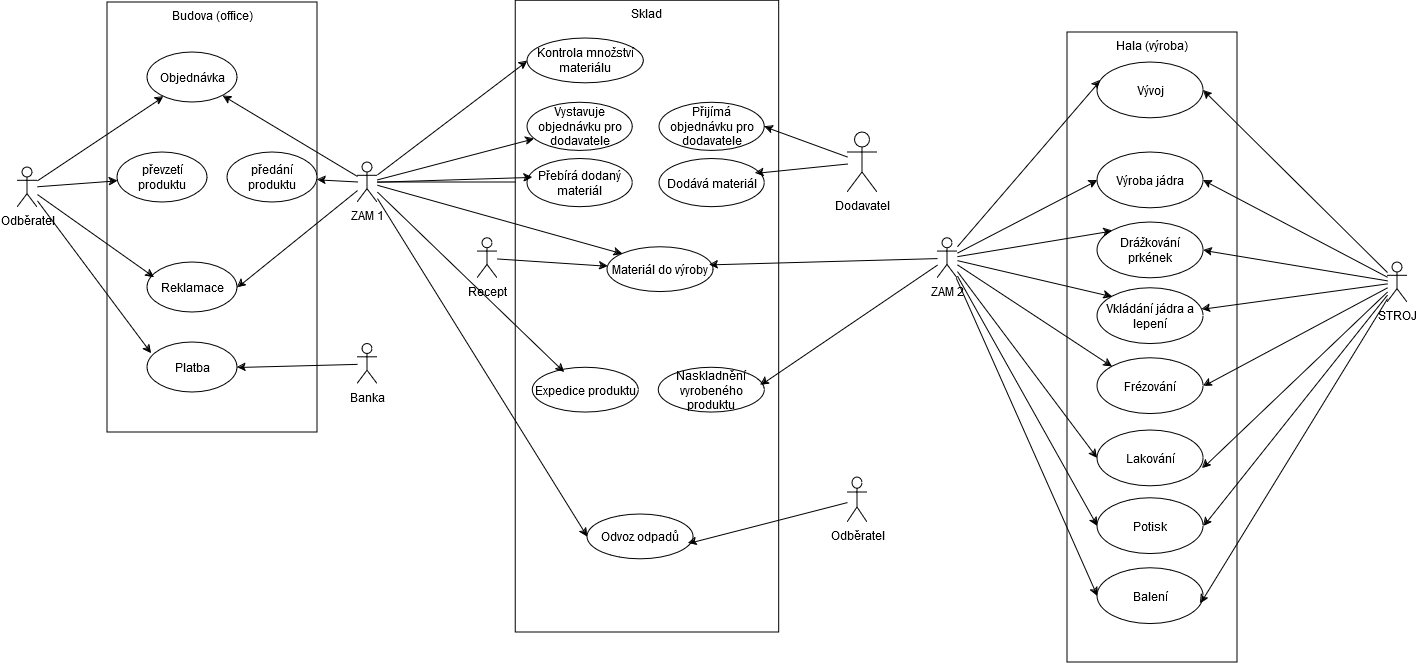
KarelMasa/pg keeps this draw.io diagram as SW_ING/Tužka_usecase.png. Above is the earlier version. Source tidied: cells renumbered, new cells last; positions are measured from the earlier drawing's top-left corner, leaving out a move shared by most shapes. The source it was exported from:
```xml
<mxGraphModel>
  <root>
    <mxCell id="0" />
    <mxCell id="1" parent="0" />
    <mxCell id="2" style="group;" parent="1" vertex="1">
      <mxGeometry x="90" y="2" width="210" height="430" as="geometry" />
    </mxCell>
    <mxCell id="3" value="Budova (office)" style="html=1;whiteSpace=wrap;verticalAlign=top;" parent="2" vertex="1">
      <mxGeometry width="210" height="430" as="geometry" />
    </mxCell>
    <mxCell id="4" value="převzetí produktu" style="ellipse;whiteSpace=wrap;html=1;" parent="2" vertex="1">
      <mxGeometry x="10" y="150" width="90" height="50" as="geometry" />
    </mxCell>
    <mxCell id="5" value="&lt;div&gt;Objednávka&lt;/div&gt;" style="ellipse;whiteSpace=wrap;html=1;" parent="2" vertex="1">
      <mxGeometry x="40" y="50" width="90" height="50" as="geometry" />
    </mxCell>
    <mxCell id="6" value="Reklamace" style="ellipse;whiteSpace=wrap;html=1;" parent="2" vertex="1">
      <mxGeometry x="40" y="260" width="90" height="50" as="geometry" />
    </mxCell>
    <mxCell id="7" value="&lt;div&gt;Platba&lt;/div&gt;" style="ellipse;whiteSpace=wrap;html=1;" parent="2" vertex="1">
      <mxGeometry x="40" y="340" width="90" height="50" as="geometry" />
    </mxCell>
    <mxCell id="8" value="předání produktu" style="ellipse;whiteSpace=wrap;html=1;" parent="2" vertex="1">
      <mxGeometry x="120" y="150" width="90" height="50" as="geometry" />
    </mxCell>
    <mxCell id="9" style="rounded=0;jettySize=auto;html=1;" parent="1" edge="1" source="17" target="5">
      <mxGeometry relative="1" as="geometry" />
    </mxCell>
    <mxCell id="10" style="rounded=0;jettySize=auto;html=1;" parent="1" edge="1" source="17" target="4">
      <mxGeometry relative="1" as="geometry" />
    </mxCell>
    <mxCell id="11" value="Recept" style="shape=umlActor;verticalLabelPosition=bottom;verticalAlign=top;html=1;" parent="1" vertex="1">
      <mxGeometry x="460" y="237.8" width="20" height="40" as="geometry" />
    </mxCell>
    <mxCell id="12" style="rounded=0;jettySize=auto;html=1;" parent="1" edge="1" source="20" target="5">
      <mxGeometry relative="1" as="geometry" />
    </mxCell>
    <mxCell id="13" style="rounded=0;jettySize=auto;html=1;entryX=1;entryY=0.5;entryDx=0;entryDy=0;" parent="1" edge="1" source="20" target="6">
      <mxGeometry relative="1" as="geometry" />
    </mxCell>
    <mxCell id="14" style="rounded=0;jettySize=auto;html=1;entryX=0.078;entryY=0.3;entryDx=0;entryDy=0;entryPerimeter=0;" parent="1" edge="1" source="17" target="6">
      <mxGeometry relative="1" as="geometry" />
    </mxCell>
    <mxCell id="15" style="rounded=0;jettySize=auto;html=1;entryX=0.044;entryY=0.22;entryDx=0;entryDy=0;entryPerimeter=0;" parent="1" edge="1" source="17" target="7">
      <mxGeometry relative="1" as="geometry" />
    </mxCell>
    <mxCell id="16" value="Hala (výroba)" style="html=1;whiteSpace=wrap;verticalAlign=top;" parent="1" vertex="1">
      <mxGeometry x="1050" y="32" width="170" height="630" as="geometry" />
    </mxCell>
    <mxCell id="17" value="&lt;div&gt;Odběratel&lt;/div&gt;&lt;div&gt;&lt;br&gt;&lt;/div&gt;" style="shape=umlActor;verticalLabelPosition=bottom;verticalAlign=top;html=1;" parent="1" vertex="1">
      <mxGeometry y="167" width="20" height="40" as="geometry" />
    </mxCell>
    <mxCell id="18" style="rounded=0;jettySize=auto;html=1;" parent="1" edge="1" source="20" target="8">
      <mxGeometry relative="1" as="geometry" />
    </mxCell>
    <mxCell id="19" style="edgeStyle=orthogonalEdgeStyle;rounded=0;jettySize=auto;html=1;entryX=0;entryY=0;entryDx=0;entryDy=0;" parent="1" edge="1" source="20" target="31">
      <mxGeometry relative="1" as="geometry" />
    </mxCell>
    <mxCell id="20" value="ZAM 1" style="shape=umlActor;verticalLabelPosition=bottom;verticalAlign=top;html=1;" parent="1" vertex="1">
      <mxGeometry x="340" y="162" width="20" height="40" as="geometry" />
    </mxCell>
    <mxCell id="21" style="group;" parent="1" vertex="1">
      <mxGeometry x="500" y="22" width="261.7" height="610" as="geometry" />
    </mxCell>
    <mxCell id="22" value="Sklad" style="html=1;whiteSpace=wrap;verticalAlign=top;" parent="21" vertex="1">
      <mxGeometry x="-1.7" y="-21.7" width="263.4" height="631.7" as="geometry" />
    </mxCell>
    <mxCell id="23" value="&lt;div&gt;Materiál do výroby&lt;/div&gt;" style="ellipse;whiteSpace=wrap;html=1;" parent="21" vertex="1">
      <mxGeometry x="90" y="224.7" width="106" height="44.8" as="geometry" />
    </mxCell>
    <mxCell id="24" value="Kontrola množství materiálu" style="ellipse;whiteSpace=wrap;html=1;" parent="21" vertex="1">
      <mxGeometry x="10" y="16.1" width="116.3" height="44.8" as="geometry" />
    </mxCell>
    <mxCell id="25" value="Vystavuje objednávku pro dodavatele" style="ellipse;whiteSpace=wrap;html=1;" parent="21" vertex="1">
      <mxGeometry x="10" y="80.3" width="105.3" height="48.2" as="geometry" />
    </mxCell>
    <mxCell id="26" value="Přijímá objednávku pro dodavatele" style="ellipse;whiteSpace=wrap;html=1;" parent="21" vertex="1">
      <mxGeometry x="142" y="80.3" width="105.3" height="48.2" as="geometry" />
    </mxCell>
    <mxCell id="27" value="Dodává materiál" style="ellipse;whiteSpace=wrap;html=1;" parent="21" vertex="1">
      <mxGeometry x="142" y="136.4" width="105.3" height="48.2" as="geometry" />
    </mxCell>
    <mxCell id="28" value="Přebírá dodaný materiál" style="ellipse;whiteSpace=wrap;html=1;" parent="21" vertex="1">
      <mxGeometry x="10" y="136.4" width="105.3" height="48.2" as="geometry" />
    </mxCell>
    <mxCell id="29" value="Naskladnění vyrobeného produktu" style="ellipse;whiteSpace=wrap;html=1;" parent="21" vertex="1">
      <mxGeometry x="141.2" y="345.1" width="106" height="44.8" as="geometry" />
    </mxCell>
    <mxCell id="30" value="Odvoz odpadů" style="ellipse;whiteSpace=wrap;html=1;" parent="21" vertex="1">
      <mxGeometry x="70" y="492" width="106" height="44.8" as="geometry" />
    </mxCell>
    <mxCell id="31" value="Expedice produktu" style="ellipse;whiteSpace=wrap;html=1;" parent="21" vertex="1">
      <mxGeometry x="15.1" y="345.1" width="106" height="44.8" as="geometry" />
    </mxCell>
    <mxCell id="32" style="rounded=0;jettySize=auto;html=1;entryX=0;entryY=0.5;entryDx=0;entryDy=0;" parent="1" edge="1" source="39" target="48">
      <mxGeometry relative="1" as="geometry" />
    </mxCell>
    <mxCell id="33" style="rounded=0;jettySize=auto;html=1;entryX=0;entryY=0;entryDx=0;entryDy=0;" parent="1" edge="1" source="39" target="50">
      <mxGeometry relative="1" as="geometry" />
    </mxCell>
    <mxCell id="34" style="rounded=0;jettySize=auto;html=1;entryX=0;entryY=0;entryDx=0;entryDy=0;" parent="1" edge="1" source="39" target="51">
      <mxGeometry relative="1" as="geometry" />
    </mxCell>
    <mxCell id="35" style="rounded=0;jettySize=auto;html=1;entryX=0;entryY=0;entryDx=0;entryDy=0;" parent="1" edge="1" source="39" target="52">
      <mxGeometry relative="1" as="geometry" />
    </mxCell>
    <mxCell id="36" style="rounded=0;jettySize=auto;html=1;entryX=0;entryY=0.5;entryDx=0;entryDy=0;" parent="1" edge="1" source="39" target="55">
      <mxGeometry relative="1" as="geometry" />
    </mxCell>
    <mxCell id="37" style="rounded=0;jettySize=auto;html=1;entryX=0;entryY=0.5;entryDx=0;entryDy=0;" parent="1" edge="1" source="39" target="54">
      <mxGeometry relative="1" as="geometry" />
    </mxCell>
    <mxCell id="38" style="rounded=0;jettySize=auto;html=1;entryX=0;entryY=0.5;entryDx=0;entryDy=0;" parent="1" edge="1" source="39" target="53">
      <mxGeometry relative="1" as="geometry" />
    </mxCell>
    <mxCell id="39" value="ZAM 2" style="shape=umlActor;verticalLabelPosition=bottom;verticalAlign=top;html=1;" parent="1" vertex="1">
      <mxGeometry x="920" y="237.8" width="20" height="40" as="geometry" />
    </mxCell>
    <mxCell id="40" style="rounded=0;jettySize=auto;html=1;entryX=0;entryY=0.5;entryDx=0;entryDy=0;" parent="1" edge="1" source="20" target="24">
      <mxGeometry relative="1" as="geometry" />
    </mxCell>
    <mxCell id="41" style="rounded=0;jettySize=auto;html=1;entryX=1;entryY=0.5;entryDx=0;entryDy=0;" parent="1" edge="1" source="42" target="26">
      <mxGeometry relative="1" as="geometry" />
    </mxCell>
    <mxCell id="42" value="Dodavatel" style="shape=umlActor;verticalLabelPosition=bottom;verticalAlign=top;html=1;" parent="1" vertex="1">
      <mxGeometry x="830" y="132" width="30" height="60" as="geometry" />
    </mxCell>
    <mxCell id="43" style="rounded=0;jettySize=auto;html=1;" parent="1" edge="1" source="20" target="25">
      <mxGeometry relative="1" as="geometry" />
    </mxCell>
    <mxCell id="44" style="rounded=0;jettySize=auto;html=1;entryX=0.048;entryY=0.383;entryDx=0;entryDy=0;entryPerimeter=0;" parent="1" edge="1" source="20" target="28">
      <mxGeometry relative="1" as="geometry" />
    </mxCell>
    <mxCell id="45" style="rounded=0;jettySize=auto;html=1;entryX=0.912;entryY=0.3;entryDx=0;entryDy=0;entryPerimeter=0;" parent="1" edge="1" source="42" target="27">
      <mxGeometry relative="1" as="geometry" />
    </mxCell>
    <mxCell id="46" style="rounded=0;jettySize=auto;html=1;" parent="1" edge="1" source="11" target="23">
      <mxGeometry relative="1" as="geometry" />
    </mxCell>
    <mxCell id="47" style="rounded=0;jettySize=auto;html=1;entryX=0;entryY=0;entryDx=0;entryDy=0;" parent="1" edge="1" source="20" target="23">
      <mxGeometry relative="1" as="geometry" />
    </mxCell>
    <mxCell id="48" value="Výroba jádra" style="ellipse;whiteSpace=wrap;html=1;" parent="1" vertex="1">
      <mxGeometry x="1080" y="152" width="106" height="55.8" as="geometry" />
    </mxCell>
    <mxCell id="49" style="rounded=0;jettySize=auto;html=1;entryX=0.028;entryY=0.323;entryDx=0;entryDy=0;entryPerimeter=0;" parent="1" edge="1" source="39" target="56">
      <mxGeometry relative="1" as="geometry" />
    </mxCell>
    <mxCell id="50" value="Drážkování prkének" style="ellipse;whiteSpace=wrap;html=1;" parent="1" vertex="1">
      <mxGeometry x="1080" y="222" width="106" height="55.8" as="geometry" />
    </mxCell>
    <mxCell id="51" value="Vkládání jádra a lepení" style="ellipse;whiteSpace=wrap;html=1;" parent="1" vertex="1">
      <mxGeometry x="1080" y="287.8" width="106" height="55.8" as="geometry" />
    </mxCell>
    <mxCell id="52" value="Frézování" style="ellipse;whiteSpace=wrap;html=1;" parent="1" vertex="1">
      <mxGeometry x="1080" y="357.8" width="106" height="55.8" as="geometry" />
    </mxCell>
    <mxCell id="53" value="Balení" style="ellipse;whiteSpace=wrap;html=1;" parent="1" vertex="1">
      <mxGeometry x="1080" y="567.8" width="106" height="55.8" as="geometry" />
    </mxCell>
    <mxCell id="54" value="Potisk" style="ellipse;whiteSpace=wrap;html=1;" parent="1" vertex="1">
      <mxGeometry x="1080" y="497.8" width="106" height="55.8" as="geometry" />
    </mxCell>
    <mxCell id="55" value="Lakování" style="ellipse;whiteSpace=wrap;html=1;" parent="1" vertex="1">
      <mxGeometry x="1080" y="429.9" width="106" height="55.8" as="geometry" />
    </mxCell>
    <mxCell id="56" value="Vývoj" style="ellipse;whiteSpace=wrap;html=1;" parent="1" vertex="1">
      <mxGeometry x="1080" y="62" width="106" height="55.8" as="geometry" />
    </mxCell>
    <mxCell id="57" style="rounded=0;jettySize=auto;html=1;entryX=0.962;entryY=0.394;entryDx=0;entryDy=0;entryPerimeter=0;" parent="1" edge="1" source="39" target="23">
      <mxGeometry relative="1" as="geometry" />
    </mxCell>
    <mxCell id="58" style="rounded=0;jettySize=auto;html=1;entryX=0.96;entryY=0.394;entryDx=0;entryDy=0;entryPerimeter=0;" parent="1" edge="1" source="39" target="29">
      <mxGeometry relative="1" as="geometry" />
    </mxCell>
    <mxCell id="59" style="rounded=0;jettySize=auto;html=1;entryX=0.301;entryY=0.108;entryDx=0;entryDy=0;entryPerimeter=0;" parent="1" edge="1" source="20" target="31">
      <mxGeometry relative="1" as="geometry" />
    </mxCell>
    <mxCell id="60" style="rounded=0;jettySize=auto;html=1;entryX=0;entryY=0.5;entryDx=0;entryDy=0;" parent="1" edge="1" source="20" target="30">
      <mxGeometry relative="1" as="geometry" />
    </mxCell>
    <mxCell id="61" style="rounded=0;jettySize=auto;html=1;entryX=1;entryY=0.5;entryDx=0;entryDy=0;" parent="1" edge="1" source="62" target="7">
      <mxGeometry relative="1" as="geometry" />
    </mxCell>
    <mxCell id="62" value="Banka" style="shape=umlActor;verticalLabelPosition=bottom;verticalAlign=top;html=1;" parent="1" vertex="1">
      <mxGeometry x="340" y="343.6" width="20" height="40" as="geometry" />
    </mxCell>
    <mxCell id="63" style="rounded=0;jettySize=auto;html=1;entryX=1;entryY=0.5;entryDx=0;entryDy=0;" parent="1" edge="1" source="69" target="56">
      <mxGeometry relative="1" as="geometry" />
    </mxCell>
    <mxCell id="64" style="rounded=0;jettySize=auto;html=1;entryX=1;entryY=0.5;entryDx=0;entryDy=0;" parent="1" edge="1" source="69" target="48">
      <mxGeometry relative="1" as="geometry" />
    </mxCell>
    <mxCell id="65" style="rounded=0;jettySize=auto;html=1;entryX=1;entryY=0.5;entryDx=0;entryDy=0;" parent="1" edge="1" source="69" target="50">
      <mxGeometry relative="1" as="geometry" />
    </mxCell>
    <mxCell id="66" style="rounded=0;jettySize=auto;html=1;" parent="1" edge="1" source="69" target="51">
      <mxGeometry relative="1" as="geometry" />
    </mxCell>
    <mxCell id="67" style="rounded=0;jettySize=auto;html=1;entryX=1;entryY=0.5;entryDx=0;entryDy=0;" parent="1" edge="1" source="69" target="52">
      <mxGeometry relative="1" as="geometry" />
    </mxCell>
    <mxCell id="68" style="rounded=0;jettySize=auto;html=1;entryX=1;entryY=0.5;entryDx=0;entryDy=0;" parent="1" edge="1" source="69" target="54">
      <mxGeometry relative="1" as="geometry" />
    </mxCell>
    <mxCell id="69" value="STROJ" style="shape=umlActor;verticalLabelPosition=bottom;verticalAlign=top;html=1;" parent="1" vertex="1">
      <mxGeometry x="1370" y="262" width="20" height="40" as="geometry" />
    </mxCell>
    <mxCell id="70" style="rounded=0;jettySize=auto;html=1;entryX=0.99;entryY=0.682;entryDx=0;entryDy=0;entryPerimeter=0;" parent="1" edge="1" source="69" target="55">
      <mxGeometry relative="1" as="geometry" />
    </mxCell>
    <mxCell id="71" style="rounded=0;jettySize=auto;html=1;entryX=0.971;entryY=0.631;entryDx=0;entryDy=0;entryPerimeter=0;" parent="1" edge="1" source="69" target="53">
      <mxGeometry relative="1" as="geometry" />
    </mxCell>
    <mxCell id="72" value="Odběratel" style="shape=umlActor;verticalLabelPosition=bottom;verticalAlign=top;html=1;" parent="1" vertex="1">
      <mxGeometry x="830" y="477" width="20" height="45" as="geometry" />
    </mxCell>
    <mxCell id="73" style="rounded=0;jettySize=auto;html=1;entryX=0.952;entryY=0.647;entryDx=0;entryDy=0;entryPerimeter=0;" parent="1" edge="1" source="72" target="30">
      <mxGeometry relative="1" as="geometry" />
    </mxCell>
  </root>
</mxGraphModel>
```
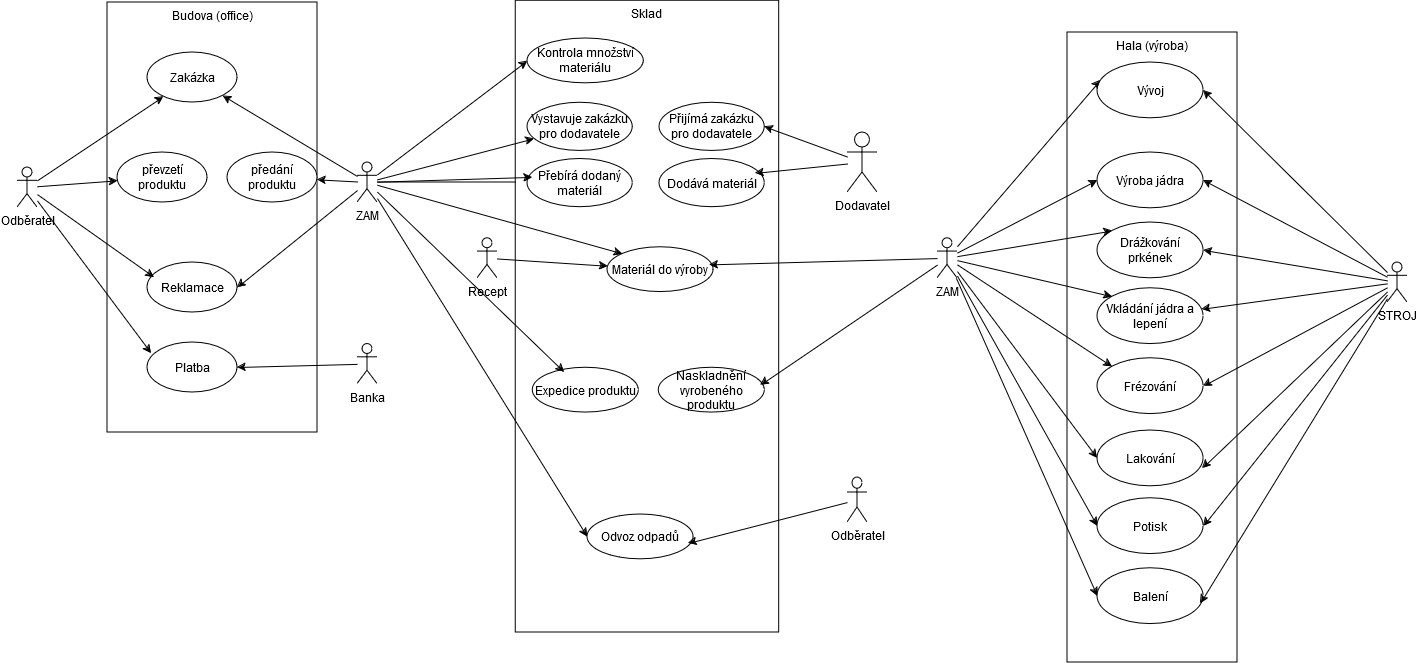
Above is the later version.

What changed in the source:
```diff
@@ -11,7 +11,7 @@
     <mxCell id="4" value="převzetí produktu" style="ellipse;whiteSpace=wrap;html=1;" parent="2" vertex="1">
       <mxGeometry x="10" y="150" width="90" height="50" as="geometry" />
     </mxCell>
-    <mxCell id="5" value="&lt;div&gt;Objednávka&lt;/div&gt;" style="ellipse;whiteSpace=wrap;html=1;" parent="2" vertex="1">
+    <mxCell id="5" value="Zakázka" style="ellipse;whiteSpace=wrap;html=1;" parent="2" vertex="1">
       <mxGeometry x="40" y="50" width="90" height="50" as="geometry" />
     </mxCell>
     <mxCell id="6" value="Reklamace" style="ellipse;whiteSpace=wrap;html=1;" parent="2" vertex="1">
@@ -56,7 +56,7 @@
     <mxCell id="19" style="edgeStyle=orthogonalEdgeStyle;rounded=0;jettySize=auto;html=1;entryX=0;entryY=0;entryDx=0;entryDy=0;" parent="1" edge="1" source="20" target="31">
       <mxGeometry relative="1" as="geometry" />
     </mxCell>
-    <mxCell id="20" value="ZAM 1" style="shape=umlActor;verticalLabelPosition=bottom;verticalAlign=top;html=1;" parent="1" vertex="1">
+    <mxCell id="20" value="ZAM" style="shape=umlActor;verticalLabelPosition=bottom;verticalAlign=top;html=1;" parent="1" vertex="1">
       <mxGeometry x="340" y="162" width="20" height="40" as="geometry" />
     </mxCell>
     <mxCell id="21" style="group;" parent="1" vertex="1">
@@ -71,10 +71,10 @@
     <mxCell id="24" value="Kontrola množství materiálu" style="ellipse;whiteSpace=wrap;html=1;" parent="21" vertex="1">
       <mxGeometry x="10" y="16.1" width="116.3" height="44.8" as="geometry" />
     </mxCell>
-    <mxCell id="25" value="Vystavuje objednávku pro dodavatele" style="ellipse;whiteSpace=wrap;html=1;" parent="21" vertex="1">
+    <mxCell id="25" value="Vystavuje zakázku pro dodavatele" style="ellipse;whiteSpace=wrap;html=1;" parent="21" vertex="1">
       <mxGeometry x="10" y="80.3" width="105.3" height="48.2" as="geometry" />
     </mxCell>
-    <mxCell id="26" value="Přijímá objednávku pro dodavatele" style="ellipse;whiteSpace=wrap;html=1;" parent="21" vertex="1">
+    <mxCell id="26" value="Přijímá zakázku pro dodavatele" style="ellipse;whiteSpace=wrap;html=1;" parent="21" vertex="1">
       <mxGeometry x="142" y="80.3" width="105.3" height="48.2" as="geometry" />
     </mxCell>
     <mxCell id="27" value="Dodává materiál" style="ellipse;whiteSpace=wrap;html=1;" parent="21" vertex="1">
@@ -113,7 +113,7 @@
     <mxCell id="38" style="rounded=0;jettySize=auto;html=1;entryX=0;entryY=0.5;entryDx=0;entryDy=0;" parent="1" edge="1" source="39" target="53">
       <mxGeometry relative="1" as="geometry" />
     </mxCell>
-    <mxCell id="39" value="ZAM 2" style="shape=umlActor;verticalLabelPosition=bottom;verticalAlign=top;html=1;" parent="1" vertex="1">
+    <mxCell id="39" value="ZAM" style="shape=umlActor;verticalLabelPosition=bottom;verticalAlign=top;html=1;" parent="1" vertex="1">
       <mxGeometry x="920" y="237.8" width="20" height="40" as="geometry" />
     </mxCell>
     <mxCell id="40" style="rounded=0;jettySize=auto;html=1;entryX=0;entryY=0.5;entryDx=0;entryDy=0;" parent="1" edge="1" source="20" target="24">
```
